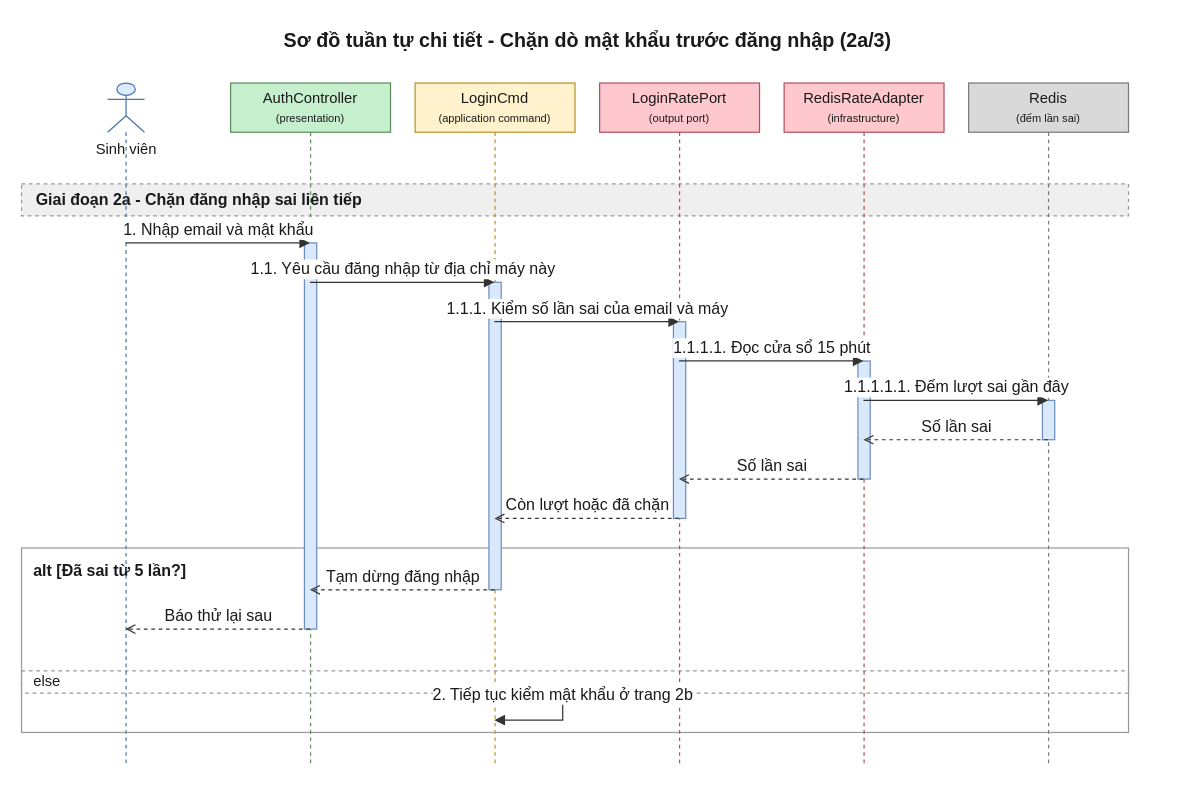
daiphu1801/PRJ_ALGOPREP keeps this draw.io diagram as 08-diagram/sequence/user/sequence_user_dang_ky_dang_nhap_p2.drawio. Above is the earlier version. Source tidied: cells renumbered, new cells numbered last; positions are measured from the earlier drawing's top-left corner, leaving out a move shared by most shapes. Both pictures are drawn from the tidied source at 123%, with x=0, y=0 at pixel (21, 21).
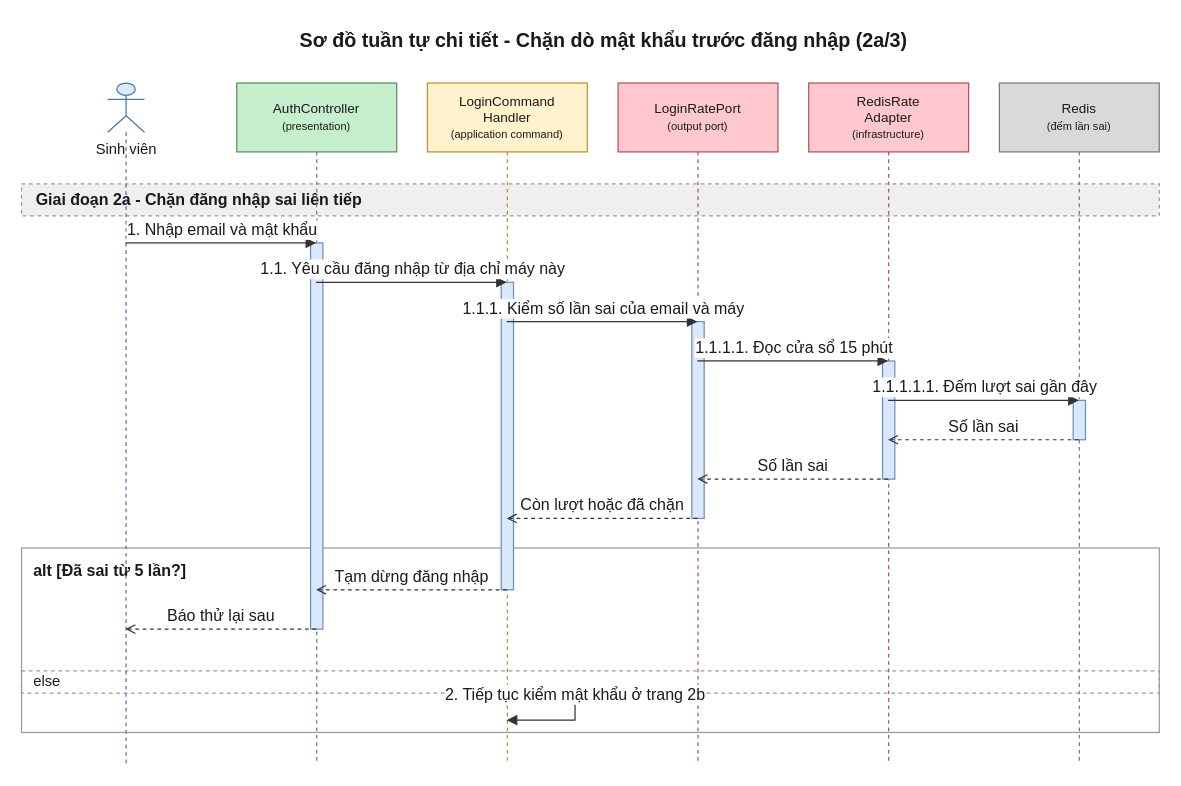
The same diagram, later.

Diff of the diagram source:
```diff
@@
     <mxCell id="2" value="Sơ đồ tuần tự chi tiết - Chặn dò mật khẩu trước đăng nhập (2a/3)" style="text;html=1;fontSize=16;fontStyle=1;align=center;verticalAlign=middle;fontColor=#1A1A1A;" parent="1" vertex="1">
-      <mxGeometry x="20" width="880" height="30" as="geometry" />
+      <mxGeometry x="20" width="905" height="30" as="geometry" />
     </mxCell>
     <mxCell id="3" value="alt [Đã sai từ 5 lần?]" style="algoprep=alt;rounded=0;whiteSpace=wrap;html=1;fillColor=none;strokeColor=#999999;verticalAlign=top;align=left;spacingLeft=8;spacingTop=4;fontColor=#1A1A1A;fontSize=13;fontStyle=1;dashed=0;" parent="1" vertex="1">
-      <mxGeometry y="428" width="900" height="150" as="geometry" />
+      <mxGeometry y="428" width="925" height="150" as="geometry" />
     </mxCell>
     <mxCell id="4" value="else" style="text;html=1;dashed=1;strokeColor=#999999;fillColor=none;align=left;verticalAlign=middle;spacingLeft=8;fontColor=#1A1A1A;fontSize=12;" parent="1" vertex="1">
-      <mxGeometry y="528" width="900" height="18" as="geometry" />
+      <mxGeometry y="528" width="925" height="18" as="geometry" />
     </mxCell>
     <mxCell id="5" value="Giai đoạn 2a - Chặn đăng nhập sai liên tiếp" style="algoprep=phase;rounded=0;whiteSpace=wrap;html=1;fillColor=#EFEFEF;strokeColor=#999999;dashed=1;align=left;verticalAlign=middle;spacingLeft=10;fontColor=#1A1A1A;fontSize=13;fontStyle=1;" parent="1" vertex="1">
-      <mxGeometry y="132" width="900" height="26" as="geometry" />
+      <mxGeometry y="132" width="925" height="26" as="geometry" />
     </mxCell>
@@
-    <mxCell id="7" value="AuthController&lt;br&gt;&lt;font style=&quot;font-size:9px&quot;&gt;(presentation)&lt;/font&gt;" style="shape=umlLifeline;perimeter=lifelinePerimeter;whiteSpace=wrap;html=1;outlineConnect=0;size=40;fillColor=#C6EFCE;strokeColor=#5E8E5E;fontColor=#1A1A1A;" parent="1" vertex="1">
-      <mxGeometry x="170" y="50" width="130" height="554" as="geometry" />
+    <mxCell id="7" value="AuthController&lt;br&gt;&lt;font style=&quot;font-size:9px&quot;&gt;(presentation)&lt;/font&gt;" style="shape=umlLifeline;perimeter=lifelinePerimeter;whiteSpace=wrap;html=1;outlineConnect=0;size=56;fontSize=11;fillColor=#C6EFCE;strokeColor=#5E8E5E;fontColor=#1A1A1A;" parent="1" vertex="1">
+      <mxGeometry x="175" y="50" width="130" height="554" as="geometry" />
     </mxCell>
-    <mxCell id="8" value="LoginCmd&lt;br&gt;&lt;font style=&quot;font-size:9px&quot;&gt;(application command)&lt;/font&gt;" style="shape=umlLifeline;perimeter=lifelinePerimeter;whiteSpace=wrap;html=1;outlineConnect=0;size=40;fillColor=#FFF2CC;strokeColor=#B8952A;fontColor=#1A1A1A;" parent="1" vertex="1">
-      <mxGeometry x="320" y="50" width="130" height="554" as="geometry" />
+    <mxCell id="8" value="LoginCommand&lt;br&gt;Handler&lt;br&gt;&lt;font style=&quot;font-size:9px&quot;&gt;(application command)&lt;/font&gt;" style="shape=umlLifeline;perimeter=lifelinePerimeter;whiteSpace=wrap;html=1;outlineConnect=0;size=56;fontSize=11;fillColor=#FFF2CC;strokeColor=#B8952A;fontColor=#1A1A1A;" parent="1" vertex="1">
+      <mxGeometry x="330" y="50" width="130" height="554" as="geometry" />
     </mxCell>
-    <mxCell id="9" value="LoginRatePort&lt;br&gt;&lt;font style=&quot;font-size:9px&quot;&gt;(output port)&lt;/font&gt;" style="shape=umlLifeline;perimeter=lifelinePerimeter;whiteSpace=wrap;html=1;outlineConnect=0;size=40;fillColor=#FFC7CE;strokeColor=#B0525E;fontColor=#1A1A1A;" parent="1" vertex="1">
-      <mxGeometry x="470" y="50" width="130" height="554" as="geometry" />
+    <mxCell id="9" value="LoginRatePort&lt;br&gt;&lt;font style=&quot;font-size:9px&quot;&gt;(output port)&lt;/font&gt;" style="shape=umlLifeline;perimeter=lifelinePerimeter;whiteSpace=wrap;html=1;outlineConnect=0;size=56;fontSize=11;fillColor=#FFC7CE;strokeColor=#B0525E;fontColor=#1A1A1A;" parent="1" vertex="1">
+      <mxGeometry x="485" y="50" width="130" height="554" as="geometry" />
     </mxCell>
-    <mxCell id="10" value="RedisRateAdapter&lt;br&gt;&lt;font style=&quot;font-size:9px&quot;&gt;(infrastructure)&lt;/font&gt;" style="shape=umlLifeline;perimeter=lifelinePerimeter;whiteSpace=wrap;html=1;outlineConnect=0;size=40;fillColor=#FFC7CE;strokeColor=#B0525E;fontColor=#1A1A1A;" parent="1" vertex="1">
-      <mxGeometry x="620" y="50" width="130" height="554" as="geometry" />
+    <mxCell id="10" value="RedisRate&lt;br&gt;Adapter&lt;br&gt;&lt;font style=&quot;font-size:9px&quot;&gt;(infrastructure)&lt;/font&gt;" style="shape=umlLifeline;perimeter=lifelinePerimeter;whiteSpace=wrap;html=1;outlineConnect=0;size=56;fontSize=11;fillColor=#FFC7CE;strokeColor=#B0525E;fontColor=#1A1A1A;" parent="1" vertex="1">
+      <mxGeometry x="640" y="50" width="130" height="554" as="geometry" />
     </mxCell>
-    <mxCell id="11" value="Redis&lt;br&gt;&lt;font style=&quot;font-size:9px&quot;&gt;(đếm lần sai)&lt;/font&gt;" style="shape=umlLifeline;perimeter=lifelinePerimeter;whiteSpace=wrap;html=1;outlineConnect=0;size=40;fillColor=#D9D9D9;strokeColor=#7A7A7A;fontColor=#1A1A1A;" parent="1" vertex="1">
-      <mxGeometry x="770" y="50" width="130" height="554" as="geometry" />
+    <mxCell id="11" value="Redis&lt;br&gt;&lt;font style=&quot;font-size:9px&quot;&gt;(đếm lần sai)&lt;/font&gt;" style="shape=umlLifeline;perimeter=lifelinePerimeter;whiteSpace=wrap;html=1;outlineConnect=0;size=56;fontSize=11;fillColor=#D9D9D9;strokeColor=#7A7A7A;fontColor=#1A1A1A;" parent="1" vertex="1">
+      <mxGeometry x="795" y="50" width="130" height="554" as="geometry" />
     </mxCell>
@@
     <mxCell id="27" value="2. Tiếp tục kiểm mật khẩu ở trang 2b" style="edgeStyle=orthogonalEdgeStyle;rounded=0;html=1;endArrow=block;endFill=1;strokeColor=#333333;fontColor=#1A1A1A;fontSize=13;verticalAlign=bottom;exitX=0.5;exitY=0.8989;exitDx=0;exitDy=0;entryX=0.5;entryY=0.9350;entryDx=0;entryDy=0;" parent="1" edge="1" source="8" target="8">
       <mxGeometry relative="1" as="geometry">
         <Array as="points">
-          <mxPoint x="440" y="548" />
-          <mxPoint x="440" y="568" />
+          <mxPoint x="450" y="548" />
+          <mxPoint x="450" y="568" />
         </Array>
       </mxGeometry>
     </mxCell>
```
